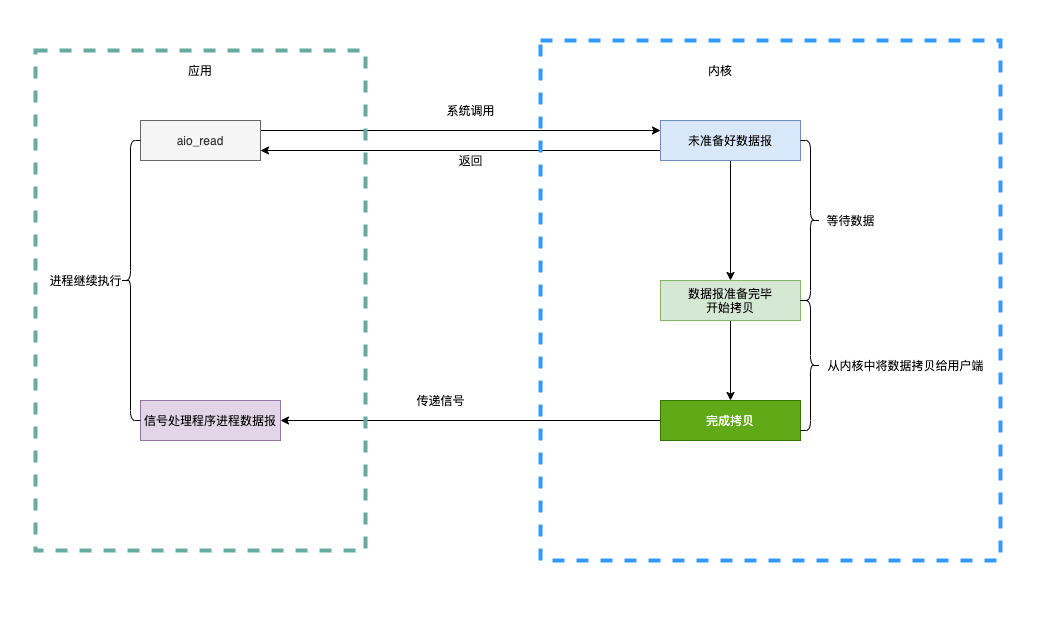
Earlier version of the draw.io export aio_read iomodel.png (sivanbil/architecthure-diagram). Source tidied: cells renumbered, new cells last; positions are measured from the earlier drawing's top-left corner, leaving out a move shared by most shapes.
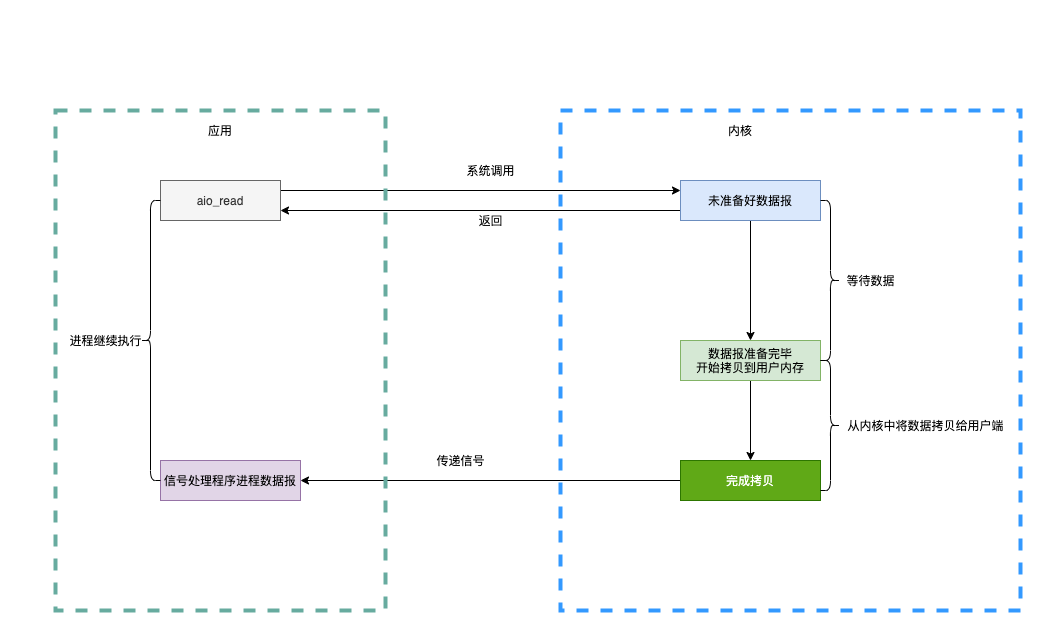
Above is the later version.

The edit, as a diff of the source:
```diff
@@ -41,7 +41,7 @@
     <mxCell id="14" style="edgeStyle=orthogonalEdgeStyle;rounded=0;jettySize=auto;html=1;exitX=0.5;exitY=1;exitDx=0;exitDy=0;entryX=0.5;entryY=0;entryDx=0;entryDy=0;" parent="1" edge="1" source="15" target="12">
       <mxGeometry relative="1" as="geometry" />
     </mxCell>
-    <mxCell id="15" value="数据报准备完毕&lt;br&gt;开始拷贝" style="text;html=1;fillColor=#d5e8d4;align=center;verticalAlign=middle;whiteSpace=wrap;rounded=0;strokeColor=#82b366;" parent="1" vertex="1">
+    <mxCell id="15" value="数据报准备完毕&lt;br&gt;开始拷贝到用户内存" style="text;html=1;fillColor=#d5e8d4;align=center;verticalAlign=middle;whiteSpace=wrap;rounded=0;strokeColor=#82b366;" parent="1" vertex="1">
       <mxGeometry x="660" y="280" width="140" height="40" as="geometry" />
     </mxCell>
     <mxCell id="16" value="传递信号" style="text;html=1;align=center;verticalAlign=middle;strokeColor=none;" parent="1" vertex="1">
@@ -66,13 +66,13 @@
       <mxGeometry x="40" y="270" width="90" height="20" as="geometry" />
     </mxCell>
     <mxCell id="23" style="rounded=0;whiteSpace=wrap;html=1;fillColor=none;strokeColor=none;" parent="1" vertex="1">
-      <mxGeometry width="1060" height="640" as="geometry" />
+      <mxGeometry x="-20" y="-60" width="1060" height="640" as="geometry" />
     </mxCell>
     <mxCell id="24" style="rounded=0;whiteSpace=wrap;html=1;fillColor=none;strokeColor=#67AB9F;dashed=1;strokeWidth=4;" parent="1" vertex="1">
       <mxGeometry x="35" y="50" width="330" height="500" as="geometry" />
     </mxCell>
     <mxCell id="25" style="rounded=0;whiteSpace=wrap;html=1;fillColor=none;dashed=1;strokeWidth=4;strokeColor=#3399FF;" parent="1" vertex="1">
-      <mxGeometry x="540" y="40" width="460" height="520" as="geometry" />
+      <mxGeometry x="540" y="50" width="460" height="500" as="geometry" />
     </mxCell>
   </root>
 </mxGraphModel>
```
